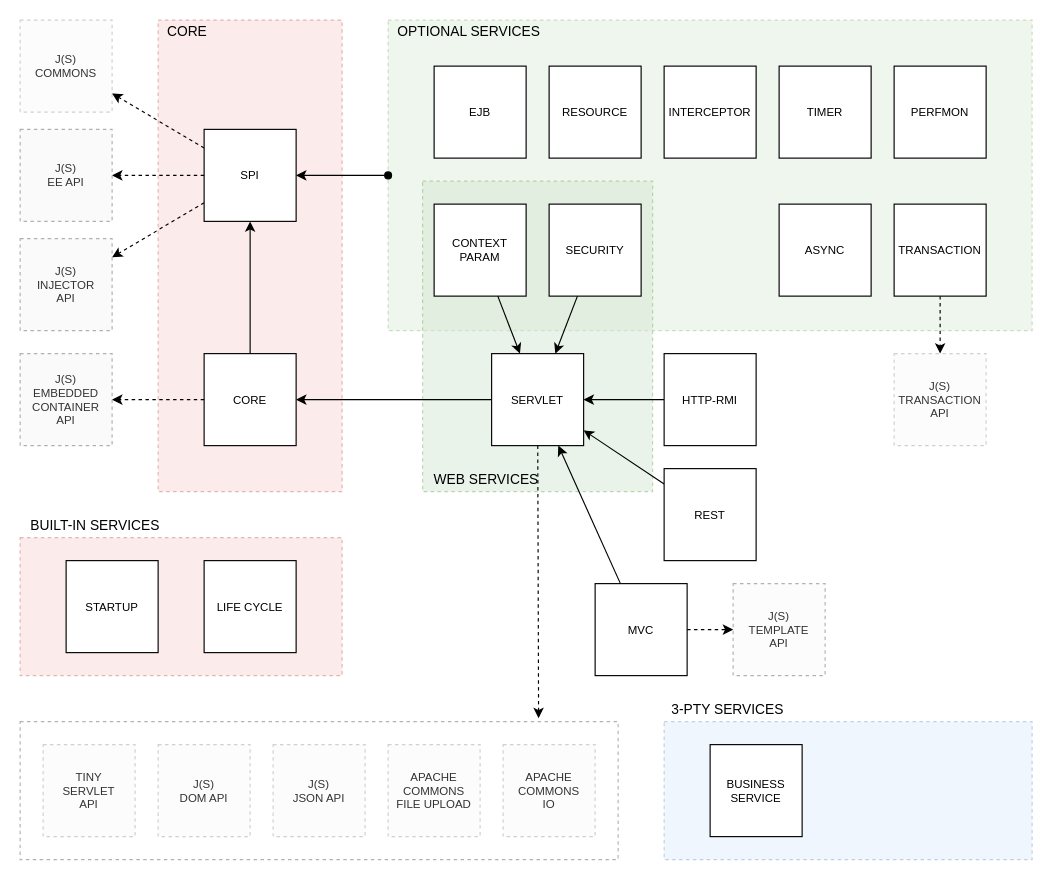
This is page "Container Architecture" (5 of 15) of docs/container.drawio from js-lib-com/tiny-container, a draw.io file, before an edit. Source tidied: cells renumbered, new cells numbered last; positions are measured from the earlier drawing's top-left corner, leaving out a move shared by most shapes. Both pictures are drawn from the tidied source at 115%, with x=0, y=0 at pixel (20, 20).
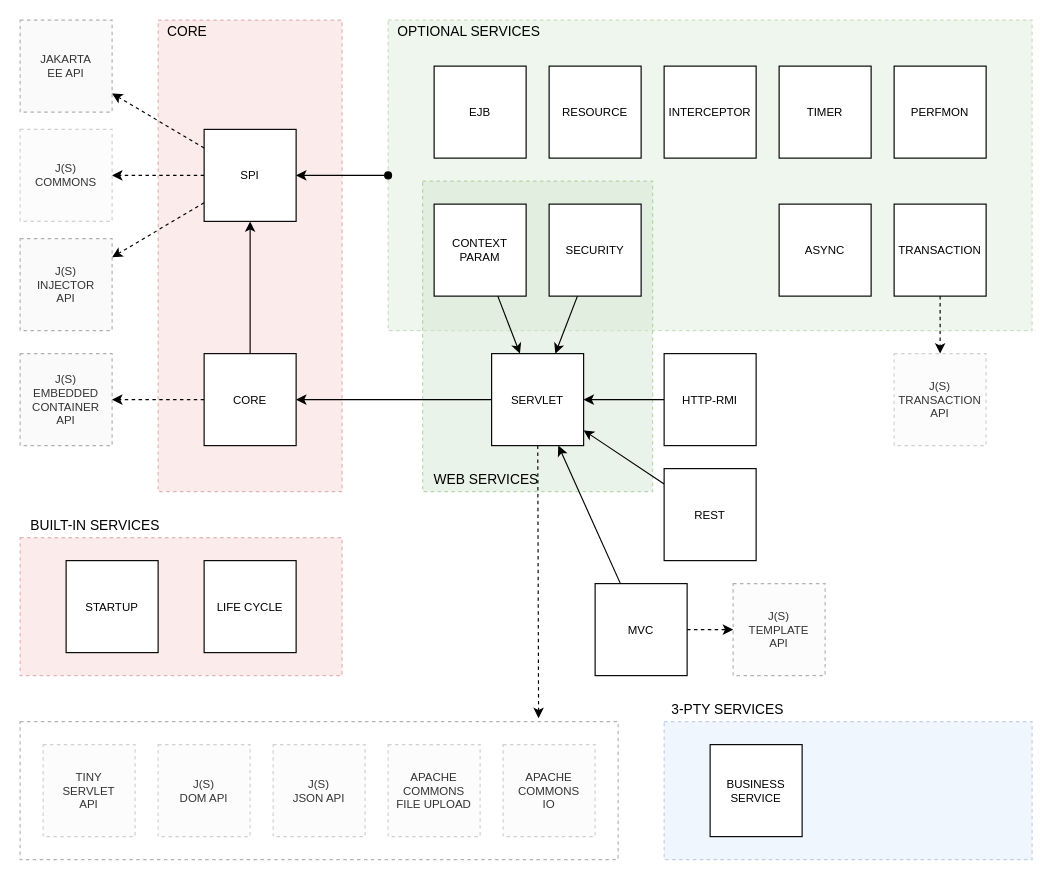
After the change.

Change to the diagram source:
```diff
@@
-    <mxCell id="31" value="J(S)&lt;br&gt;EE API" style="whiteSpace=wrap;html=1;fontSize=10;fillColor=#f5f5f5;strokeColor=#666666;fontColor=#333333;opacity=50;dashed=1;" parent="1" vertex="1">
-      <mxGeometry y="95" width="80" height="80" as="geometry" />
+    <mxCell id="31" value="J(S)&lt;br&gt;INJECTOR&lt;br&gt;API" style="whiteSpace=wrap;html=1;fontSize=10;fillColor=#f5f5f5;strokeColor=#666666;fontColor=#333333;opacity=50;dashed=1;" parent="1" vertex="1">
+      <mxGeometry y="190" width="80" height="80" as="geometry" />
     </mxCell>
-    <mxCell id="32" value="J(S)&lt;br&gt;INJECTOR&lt;br&gt;API" style="whiteSpace=wrap;html=1;fontSize=10;fillColor=#f5f5f5;strokeColor=#666666;fontColor=#333333;opacity=50;dashed=1;" parent="1" vertex="1">
-      <mxGeometry y="190" width="80" height="80" as="geometry" />
+    <mxCell id="32" value="&lt;span style=&quot;&quot;&gt;JAKARTA&lt;/span&gt;&lt;br style=&quot;&quot;&gt;&lt;span style=&quot;&quot;&gt;EE API&lt;/span&gt;" style="whiteSpace=wrap;html=1;fontSize=10;fillColor=#f5f5f5;strokeColor=#666666;fontColor=#333333;opacity=50;dashed=1;" parent="1" vertex="1">
+      <mxGeometry width="80" height="80" as="geometry" />
     </mxCell>
@@
     <mxCell id="36" value="J(S)&lt;br&gt;COMMONS" style="whiteSpace=wrap;html=1;fontSize=10;opacity=30;fillColor=#f5f5f5;strokeColor=#666666;fontColor=#333333;dashed=1;" parent="1" vertex="1">
-      <mxGeometry width="80" height="80" as="geometry" />
+      <mxGeometry y="95" width="80" height="80" as="geometry" />
     </mxCell>
```
